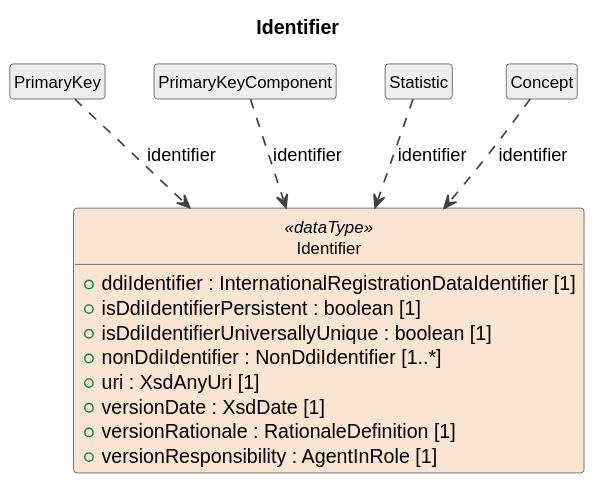
This is build/plantuml/cdifDataDescription/DataTypes/Identifier.svg from Cross-Domain-Interoperability-Framework/metadataBuildingBlocks, a PlantUML export, as it was before one commit. Source of this version:
```plantuml
@startuml
title Identifier
hide circle
hide empty members
skinparam shadowing false
skinparam ArrowThickness 1.2
skinparam class {
  ArrowColor #404040
  BorderColor #404040
  FontSize 12
}

class "Identifier" as Identifier <<dataType>> #FAE5D3 {
  +ddiIdentifier : InternationalRegistrationDataIdentifier [1]
  +isDdiIdentifierPersistent : boolean [1]
  +isDdiIdentifierUniversallyUnique : boolean [1]
  +nonDdiIdentifier : NonDdiIdentifier [1..*]
  +uri : XsdAnyUri [1]
  +versionDate : XsdDate [1]
  +versionRationale : RationaleDefinition [1]
  +versionResponsibility : AgentInRole [1]
}
class "PrimaryKey" as PrimaryKey #EEEEEE
PrimaryKey ..> Identifier : identifier
class "PrimaryKeyComponent" as PrimaryKeyComponent #EEEEEE
PrimaryKeyComponent ..> Identifier : identifier
class "Statistic" as Statistic #EEEEEE
Statistic ..> Identifier : identifier
class "Concept" as Concept #EEEEEE
Concept ..> Identifier : identifier
@enduml
```
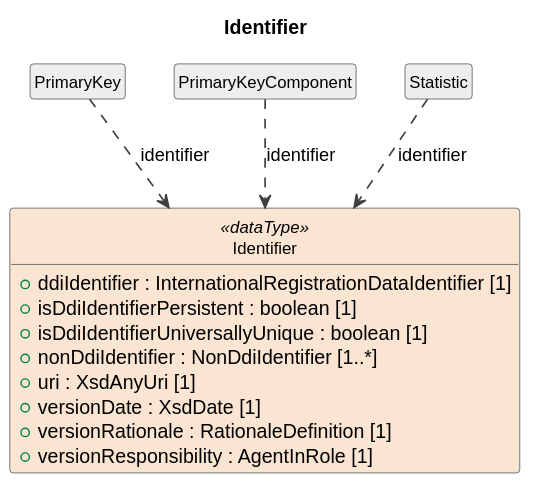
The same diagram one commit later.

The edit, as a diff of the source:
```diff
@@ -26,6 +26,4 @@
 PrimaryKeyComponent ..> Identifier : identifier
 class "Statistic" as Statistic #EEEEEE
 Statistic ..> Identifier : identifier
-class "Concept" as Concept #EEEEEE
-Concept ..> Identifier : identifier
 @enduml
```
